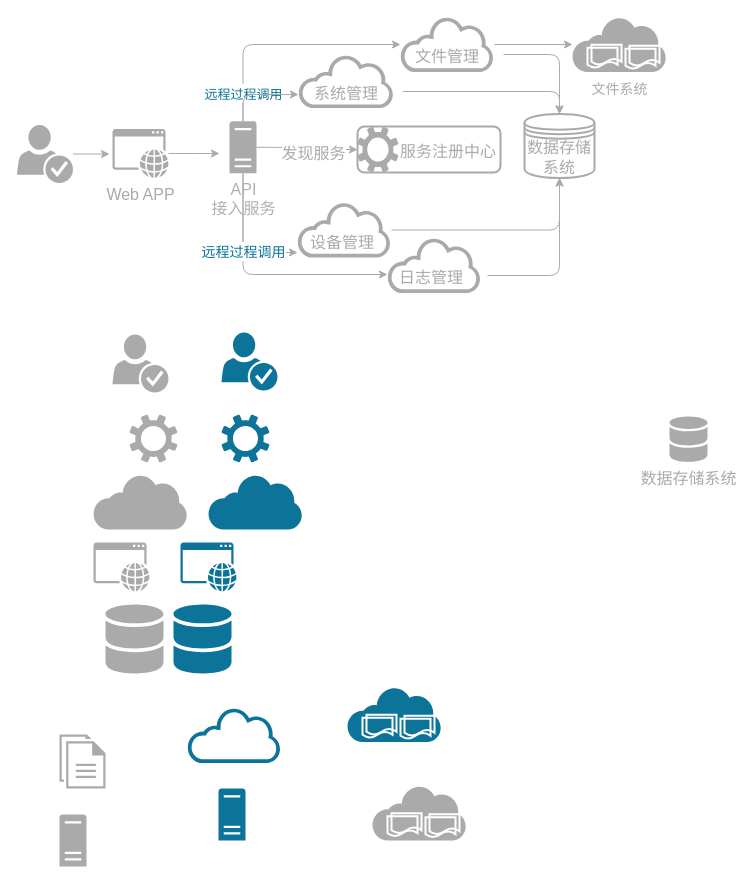
waterwatermelon/graph keeps this draw.io diagram as page "framework-realier" (2 of 4) of framework.drawio. Above is the earlier version. Source tidied: cells renumbered, new cells numbered last; positions are measured from the earlier drawing's top-left corner, leaving out a move shared by most shapes. Both pictures are drawn from the tidied source at 100%, with x=0, y=0 at pixel (17, 16).
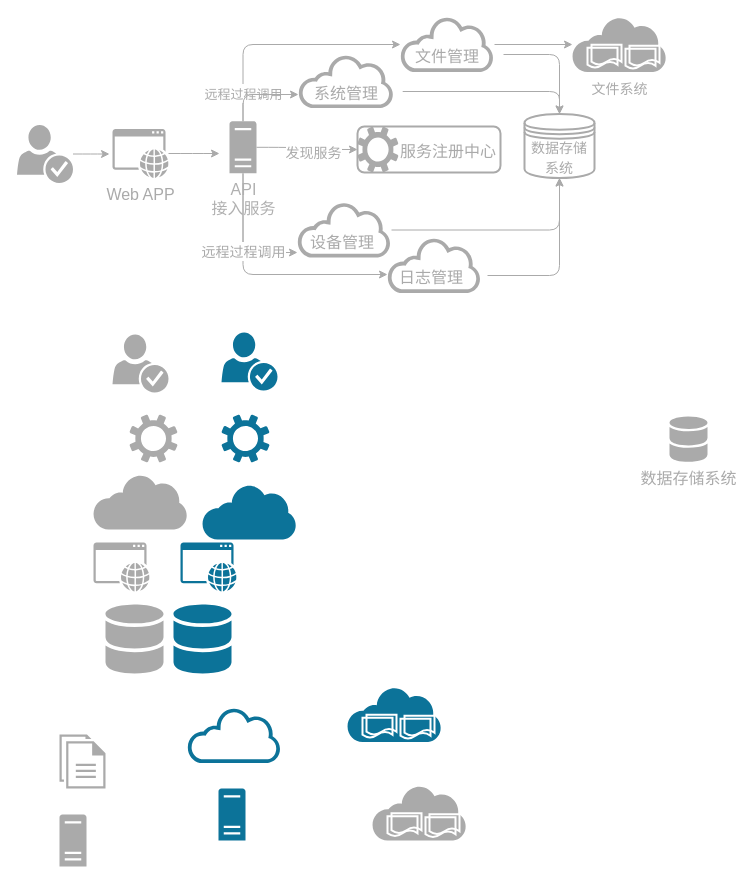
The same page after the edit.

The change refers to these unchanged cells:
```xml
<mxCell id="2" style="edgeStyle=orthogonalEdgeStyle;rounded=1;jettySize=auto;html=1;strokeColor=#aaa;fontSize=16;" parent="1" edge="1" source="6" target="66">
  <mxGeometry relative="1" as="geometry">
    <Array as="points">
      <mxPoint x="226" y="28" />
    </Array>
  </mxGeometry>
</mxCell>
<mxCell id="25" style="edgeStyle=orthogonalEdgeStyle;curved=1;jettySize=auto;html=1;strokeColor=#aaa;fontSize=16;" parent="1" edge="1" source="6" target="34">
  <mxGeometry relative="1" as="geometry" />
</mxCell>
```

Change to the diagram source:
```diff
@@
-    <mxCell id="3" value="&lt;font style=&quot;font-size: 13px&quot; color=&quot;#0c7399&quot;&gt;远程过程调用&lt;/font&gt;" style="text;html=1;align=center;verticalAlign=middle;labelBackgroundColor=#ffffff;fontSize=16;" parent="2" vertex="1">
+    <mxCell id="3" value="&lt;font style=&quot;font-size: 13px&quot;&gt;远程过程调用&lt;/font&gt;" style="text;html=1;align=center;verticalAlign=middle;labelBackgroundColor=#ffffff;fontSize=16;fontColor=#aaa;" parent="2" vertex="1">
       <mxGeometry x="-0.58" y="-2" relative="1" as="geometry">
         <mxPoint x="-2.5" y="21" as="offset" />
       </mxGeometry>
     </mxCell>
@@
     <mxCell id="15" style="shadow=0;dashed=0;html=1;strokeColor=none;fillColor=#0C7399;labelPosition=center;verticalLabelPosition=bottom;verticalAlign=top;align=center;shape=mxgraph.office.clouds.private_cloud;gradientColor=none;fontSize=16;" parent="1" vertex="1">
-      <mxGeometry x="191" y="458" width="94" height="55" as="geometry" />
+      <mxGeometry x="185" y="468" width="94" height="55" as="geometry" />
     </mxCell>
@@
-    <mxCell id="26" value="&lt;font color=&quot;#aaaaaa&quot; style=&quot;font-size: 16px;&quot;&gt;发现服务&lt;/font&gt;" style="text;html=1;align=center;verticalAlign=middle;labelBackgroundColor=#ffffff;fontSize=16;" parent="25" vertex="1">
+    <mxCell id="26" value="&lt;font color=&quot;#aaaaaa&quot; style=&quot;font-size: 14px;&quot;&gt;发现服务&lt;/font&gt;" style="text;html=1;align=center;verticalAlign=middle;labelBackgroundColor=#ffffff;fontSize=14;" parent="25" vertex="1">
       <mxGeometry x="0.15" y="-3" relative="1" as="geometry" />
     </mxCell>
@@
-    <mxCell id="42" value="&lt;font color=&quot;#aaaaaa&quot; style=&quot;font-size: 16px;&quot;&gt;数据存储系统&lt;/font&gt;" style="shape=datastore;whiteSpace=wrap;html=1;fontSize=16;strokeWidth=2;strokeColor=#AAA;" parent="1" vertex="1">
+    <mxCell id="42" value="&lt;font color=&quot;#aaaaaa&quot; style=&quot;font-size: 14px&quot;&gt;数据存储系统&lt;/font&gt;" style="shape=datastore;whiteSpace=wrap;html=1;fontSize=16;strokeWidth=2;strokeColor=#AAA;" parent="1" vertex="1">
       <mxGeometry x="507" y="97.5" width="70" height="64" as="geometry" />
     </mxCell>
@@
-    <mxCell id="46" value="&lt;font style=&quot;font-size: 14px&quot; color=&quot;#0c7399&quot;&gt;远程过程调用&lt;/font&gt;" style="text;html=1;align=center;verticalAlign=middle;labelBackgroundColor=#ffffff;fontSize=16;" parent="1" vertex="1">
+    <mxCell id="46" value="&lt;font style=&quot;font-size: 14px&quot;&gt;远程过程调用&lt;/font&gt;" style="text;html=1;align=center;verticalAlign=middle;labelBackgroundColor=#ffffff;fontSize=16;fontColor=#aaa;" parent="1" vertex="1">
       <mxGeometry x="228" y="213.3" as="geometry">
         <mxPoint x="-2.5" y="21" as="offset" />
       </mxGeometry>
     </mxCell>
```
